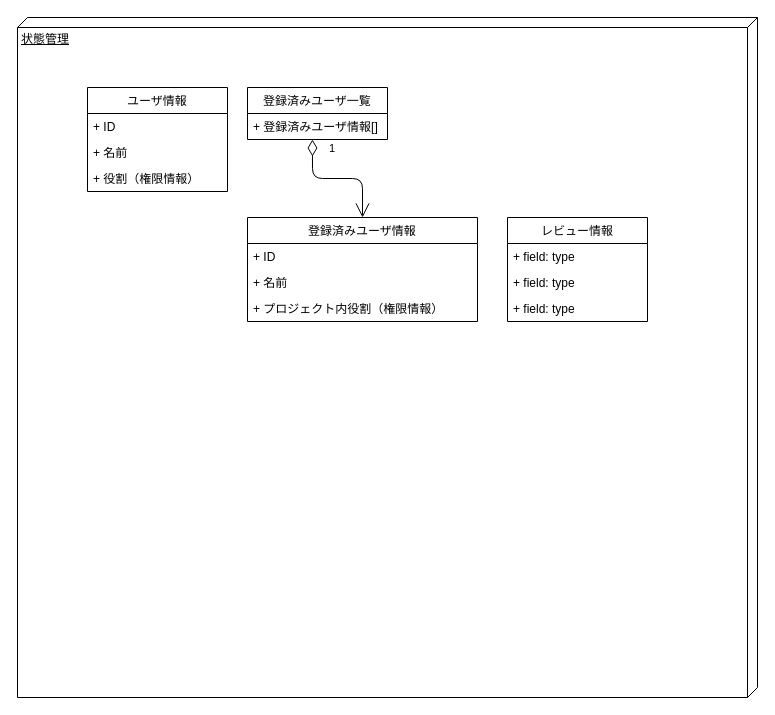
Before: uml/class/状態.drawio in pororein/react_graphql_sample, a draw.io diagram. Source tidied: cells renumbered, new cells numbered last; positions are measured from the earlier drawing's top-left corner, leaving out a move shared by most shapes. Both pictures are drawn from the tidied source at 100%, with x=0, y=0 at pixel (17, 17).
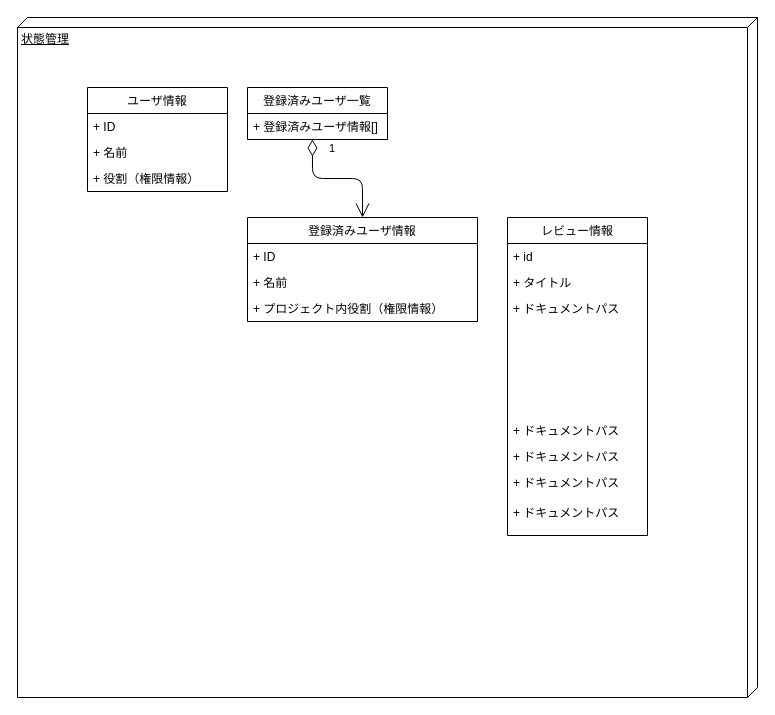
The same page after the edit.

Diff of the diagram source:
```diff
@@
     <mxCell id="14" value="レビュー情報" style="swimlane;fontStyle=0;horizontal=1;startSize=26;fillColor=none;" parent="1" vertex="1">
-      <mxGeometry x="490" y="200" width="140" height="104" as="geometry" />
+      <mxGeometry x="490" y="200" width="140" height="318" as="geometry" />
     </mxCell>
-    <mxCell id="15" value="+ field: type" style="text;strokeColor=none;fillColor=none;align=left;verticalAlign=top;spacingLeft=4;spacingRight=4;overflow=hidden;" parent="14" vertex="1">
+    <mxCell id="15" value="+ id" style="text;strokeColor=none;fillColor=none;align=left;verticalAlign=top;spacingLeft=4;spacingRight=4;overflow=hidden;" parent="14" vertex="1">
       <mxGeometry y="26" width="140" height="26" as="geometry" />
     </mxCell>
-    <mxCell id="16" value="+ field: type" style="text;strokeColor=none;fillColor=none;align=left;verticalAlign=top;spacingLeft=4;spacingRight=4;overflow=hidden;" parent="14" vertex="1">
+    <mxCell id="16" value="+ タイトル" style="text;strokeColor=none;fillColor=none;align=left;verticalAlign=top;spacingLeft=4;spacingRight=4;overflow=hidden;" parent="14" vertex="1">
       <mxGeometry y="52" width="140" height="26" as="geometry" />
     </mxCell>
-    <mxCell id="17" value="+ field: type" style="text;strokeColor=none;fillColor=none;align=left;verticalAlign=top;spacingLeft=4;spacingRight=4;overflow=hidden;" parent="14" vertex="1">
-      <mxGeometry y="78" width="140" height="26" as="geometry" />
+    <mxCell id="17" value="+ ドキュメントパス" style="text;strokeColor=none;fillColor=none;align=left;verticalAlign=top;spacingLeft=4;spacingRight=4;overflow=hidden;" parent="14" vertex="1">
+      <mxGeometry y="78" width="140" height="122" as="geometry" />
     </mxCell>
+    <mxCell id="18" value="+ ドキュメントパス" style="text;strokeColor=none;fillColor=none;align=left;verticalAlign=top;spacingLeft=4;spacingRight=4;overflow=hidden;" parent="14" vertex="1">
+      <mxGeometry y="200" width="140" height="26" as="geometry" />
+    </mxCell>
+    <mxCell id="19" value="+ ドキュメントパス" style="text;strokeColor=none;fillColor=none;align=left;verticalAlign=top;spacingLeft=4;spacingRight=4;overflow=hidden;" parent="14" vertex="1">
+      <mxGeometry y="226" width="140" height="26" as="geometry" />
+    </mxCell>
+    <mxCell id="20" value="+ ドキュメントパス" style="text;strokeColor=none;fillColor=none;align=left;verticalAlign=top;spacingLeft=4;spacingRight=4;overflow=hidden;" parent="14" vertex="1">
+      <mxGeometry y="252" width="140" height="30" as="geometry" />
+    </mxCell>
+    <mxCell id="21" value="+ ドキュメントパス" style="text;strokeColor=none;fillColor=none;align=left;verticalAlign=top;spacingLeft=4;spacingRight=4;overflow=hidden;" parent="14" vertex="1">
+      <mxGeometry y="282" width="140" height="36" as="geometry" />
+    </mxCell>
```
